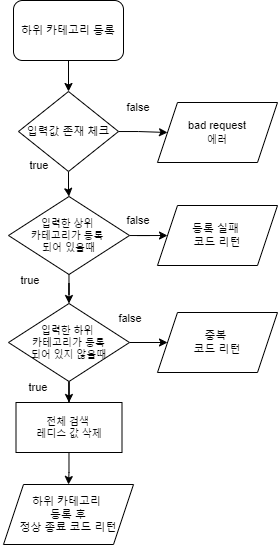
The draw.io diagram readmefiles/하위카테고리등록.png in Moonbyeonggeun/categoryApi, before a commit. Source tidied: cells renumbered, new cells last; positions are measured from the earlier drawing's top-left corner, leaving out a move shared by most shapes. Source of this version:
```xml
<mxGraphModel>
  <root>
    <mxCell id="0" />
    <mxCell id="1" parent="0" />
    <mxCell id="2" style="edgeStyle=orthogonalEdgeStyle;rounded=0;jettySize=auto;html=1;entryX=0.5;entryY=0;entryDx=0;entryDy=0;fontSize=11;" parent="1" edge="1" source="3" target="6">
      <mxGeometry relative="1" as="geometry" />
    </mxCell>
    <mxCell id="3" value="하위 카테고리 등록" style="rounded=1;whiteSpace=wrap;html=1;fontSize=11;" parent="1" vertex="1">
      <mxGeometry x="13" width="110" height="60" as="geometry" />
    </mxCell>
    <mxCell id="4" style="edgeStyle=orthogonalEdgeStyle;rounded=0;jettySize=auto;html=1;fontSize=11;" parent="1" edge="1" source="6" target="7">
      <mxGeometry relative="1" as="geometry" />
    </mxCell>
    <mxCell id="5" style="edgeStyle=orthogonalEdgeStyle;rounded=0;jettySize=auto;html=1;fontSize=10;entryX=0.5;entryY=0;entryDx=0;entryDy=0;" parent="1" edge="1" source="6" target="11">
      <mxGeometry relative="1" as="geometry" />
    </mxCell>
    <mxCell id="6" value="입력값 존재 체크" style="rhombus;whiteSpace=wrap;html=1;fontSize=11;" parent="1" vertex="1">
      <mxGeometry x="18" y="91" width="100" height="80" as="geometry" />
    </mxCell>
    <mxCell id="7" value="bad request&lt;br style=&quot;font-size: 11px;&quot;&gt;&lt;span style=&quot;font-size: 10px;&quot;&gt;에러&lt;/span&gt;" style="shape=parallelogram;perimeter=parallelogramPerimeter;whiteSpace=wrap;html=1;fixedSize=1;fontSize=11;" parent="1" vertex="1">
      <mxGeometry x="157" y="102" width="120" height="60" as="geometry" />
    </mxCell>
    <mxCell id="8" value="false" style="text;html=1;strokeColor=none;fillColor=none;align=center;verticalAlign=middle;whiteSpace=wrap;rounded=0;fontSize=11;" parent="1" vertex="1">
      <mxGeometry x="108" y="92" width="60" height="30" as="geometry" />
    </mxCell>
    <mxCell id="9" style="edgeStyle=orthogonalEdgeStyle;rounded=0;jettySize=auto;html=1;fontSize=11;" parent="1" edge="1" source="11" target="12">
      <mxGeometry relative="1" as="geometry" />
    </mxCell>
    <mxCell id="10" style="edgeStyle=orthogonalEdgeStyle;rounded=0;jettySize=auto;html=1;fontSize=11;" parent="1" edge="1" source="11" target="17">
      <mxGeometry relative="1" as="geometry" />
    </mxCell>
    <mxCell id="11" value="&lt;font style=&quot;font-size: 10px;&quot;&gt;입력한 상위 &lt;br style=&quot;font-size: 10px;&quot;&gt;카테고리가 등록 &lt;br&gt;되어 있을때&lt;/font&gt;" style="rhombus;whiteSpace=wrap;html=1;fontSize=10;" parent="1" vertex="1">
      <mxGeometry x="8" y="196" width="121" height="78" as="geometry" />
    </mxCell>
    <mxCell id="12" value="등록 실패 &lt;br style=&quot;font-size: 11px;&quot;&gt;코드 리턴" style="shape=parallelogram;perimeter=parallelogramPerimeter;whiteSpace=wrap;html=1;fixedSize=1;fontSize=11;" parent="1" vertex="1">
      <mxGeometry x="157" y="205" width="120" height="60" as="geometry" />
    </mxCell>
    <mxCell id="13" value="false" style="text;html=1;strokeColor=none;fillColor=none;align=center;verticalAlign=middle;whiteSpace=wrap;rounded=0;fontSize=11;" parent="1" vertex="1">
      <mxGeometry x="108" y="205" width="60" height="30" as="geometry" />
    </mxCell>
    <mxCell id="14" value="true" style="text;html=1;strokeColor=none;fillColor=none;align=center;verticalAlign=middle;whiteSpace=wrap;rounded=0;fontSize=11;" parent="1" vertex="1">
      <mxGeometry x="9" y="150" width="60" height="30" as="geometry" />
    </mxCell>
    <mxCell id="15" style="edgeStyle=orthogonalEdgeStyle;rounded=0;jettySize=auto;html=1;fontSize=11;" parent="1" edge="1" source="17" target="18">
      <mxGeometry relative="1" as="geometry" />
    </mxCell>
    <mxCell id="16" style="edgeStyle=orthogonalEdgeStyle;rounded=0;jettySize=auto;html=1;fontSize=10;" parent="1" edge="1" source="17" target="24">
      <mxGeometry relative="1" as="geometry" />
    </mxCell>
    <mxCell id="17" value="&lt;font style=&quot;font-size: 10px;&quot;&gt;입력한 하위 &lt;br style=&quot;font-size: 10px;&quot;&gt;카테고리가&amp;nbsp;&lt;/font&gt;등록&lt;br&gt;되어 있지 않을때" style="rhombus;whiteSpace=wrap;html=1;fontSize=10;" parent="1" vertex="1">
      <mxGeometry x="8" y="303" width="121" height="78" as="geometry" />
    </mxCell>
    <mxCell id="18" value="중복 &lt;br&gt;코드 리턴" style="shape=parallelogram;perimeter=parallelogramPerimeter;whiteSpace=wrap;html=1;fixedSize=1;fontSize=11;" parent="1" vertex="1">
      <mxGeometry x="157" y="312" width="120" height="60" as="geometry" />
    </mxCell>
    <mxCell id="19" value="하위 카테고리 &lt;br&gt;등록 후&lt;br style=&quot;font-size: 11px;&quot;&gt;정상 종료 코드 리턴" style="shape=parallelogram;perimeter=parallelogramPerimeter;whiteSpace=wrap;html=1;fixedSize=1;fontSize=11;" parent="1" vertex="1">
      <mxGeometry x="3" y="484" width="130" height="60" as="geometry" />
    </mxCell>
    <mxCell id="20" value="true" style="text;html=1;strokeColor=none;fillColor=none;align=center;verticalAlign=middle;whiteSpace=wrap;rounded=0;fontSize=11;" parent="1" vertex="1">
      <mxGeometry y="265" width="60" height="30" as="geometry" />
    </mxCell>
    <mxCell id="21" value="false" style="text;html=1;strokeColor=none;fillColor=none;align=center;verticalAlign=middle;whiteSpace=wrap;rounded=0;fontSize=11;" parent="1" vertex="1">
      <mxGeometry x="100" y="303" width="60" height="30" as="geometry" />
    </mxCell>
    <mxCell id="22" value="true" style="text;html=1;strokeColor=none;fillColor=none;align=center;verticalAlign=middle;whiteSpace=wrap;rounded=0;fontSize=11;" parent="1" vertex="1">
      <mxGeometry x="8" y="372" width="60" height="30" as="geometry" />
    </mxCell>
    <mxCell id="23" style="edgeStyle=orthogonalEdgeStyle;rounded=0;jettySize=auto;html=1;fontSize=10;" parent="1" edge="1" source="24" target="19">
      <mxGeometry relative="1" as="geometry" />
    </mxCell>
    <mxCell id="24" value="전체 검색 &lt;br&gt;레디스 값 삭제" style="rounded=0;whiteSpace=wrap;html=1;fontSize=10;" parent="1" vertex="1">
      <mxGeometry x="15.5" y="402" width="106" height="50" as="geometry" />
    </mxCell>
  </root>
</mxGraphModel>
```
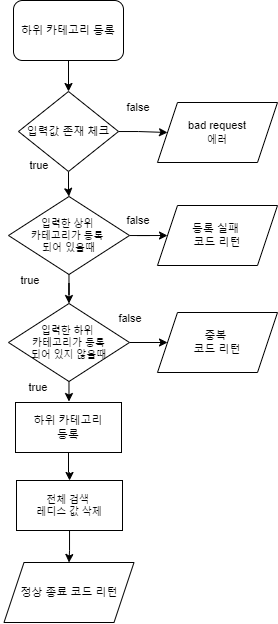
After the change.

Change to the diagram source:
```diff
@@ -44,17 +44,17 @@
     <mxCell id="15" style="edgeStyle=orthogonalEdgeStyle;rounded=0;jettySize=auto;html=1;fontSize=11;" parent="1" edge="1" source="17" target="18">
       <mxGeometry relative="1" as="geometry" />
     </mxCell>
-    <mxCell id="16" style="edgeStyle=orthogonalEdgeStyle;rounded=0;jettySize=auto;html=1;fontSize=10;" parent="1" edge="1" source="17" target="24">
-      <mxGeometry relative="1" as="geometry" />
-    </mxCell>
+    <mxCell id="25" style="edgeStyle=orthogonalEdgeStyle;rounded=0;jettySize=auto;html=1;" parent="1" edge="1" source="17" target="27">
+      <mxGeometry relative="1" as="geometry" />
+    </mxCell>
     <mxCell id="17" value="&lt;font style=&quot;font-size: 10px;&quot;&gt;입력한 하위 &lt;br style=&quot;font-size: 10px;&quot;&gt;카테고리가&amp;nbsp;&lt;/font&gt;등록&lt;br&gt;되어 있지 않을때" style="rhombus;whiteSpace=wrap;html=1;fontSize=10;" parent="1" vertex="1">
       <mxGeometry x="8" y="303" width="121" height="78" as="geometry" />
     </mxCell>
     <mxCell id="18" value="중복 &lt;br&gt;코드 리턴" style="shape=parallelogram;perimeter=parallelogramPerimeter;whiteSpace=wrap;html=1;fixedSize=1;fontSize=11;" parent="1" vertex="1">
       <mxGeometry x="157" y="312" width="120" height="60" as="geometry" />
     </mxCell>
-    <mxCell id="19" value="하위 카테고리 &lt;br&gt;등록 후&lt;br style=&quot;font-size: 11px;&quot;&gt;정상 종료 코드 리턴" style="shape=parallelogram;perimeter=parallelogramPerimeter;whiteSpace=wrap;html=1;fixedSize=1;fontSize=11;" parent="1" vertex="1">
-      <mxGeometry x="3" y="484" width="130" height="60" as="geometry" />
+    <mxCell id="19" value="정상 종료 코드 리턴" style="shape=parallelogram;perimeter=parallelogramPerimeter;whiteSpace=wrap;html=1;fixedSize=1;fontSize=11;" parent="1" vertex="1">
+      <mxGeometry x="3.5" y="562" width="130" height="60" as="geometry" />
     </mxCell>
     <mxCell id="20" value="true" style="text;html=1;strokeColor=none;fillColor=none;align=center;verticalAlign=middle;whiteSpace=wrap;rounded=0;fontSize=11;" parent="1" vertex="1">
       <mxGeometry y="265" width="60" height="30" as="geometry" />
@@ -69,7 +69,13 @@
       <mxGeometry relative="1" as="geometry" />
     </mxCell>
     <mxCell id="24" value="전체 검색 &lt;br&gt;레디스 값 삭제" style="rounded=0;whiteSpace=wrap;html=1;fontSize=10;" parent="1" vertex="1">
-      <mxGeometry x="15.5" y="402" width="106" height="50" as="geometry" />
+      <mxGeometry x="16" y="480" width="106" height="50" as="geometry" />
     </mxCell>
+    <mxCell id="26" style="edgeStyle=orthogonalEdgeStyle;rounded=0;jettySize=auto;html=1;" parent="1" edge="1" source="27" target="24">
+      <mxGeometry relative="1" as="geometry" />
+    </mxCell>
+    <mxCell id="27" value="&lt;span style=&quot;font-size: 11px;&quot;&gt;하위 카테고리&lt;/span&gt;&lt;br style=&quot;font-size: 11px;&quot;&gt;&lt;span style=&quot;font-size: 11px;&quot;&gt;등록&lt;/span&gt;" style="rounded=0;whiteSpace=wrap;html=1;fontSize=10;" parent="1" vertex="1">
+      <mxGeometry x="15" y="402" width="106" height="50" as="geometry" />
+    </mxCell>
   </root>
 </mxGraphModel>
```
